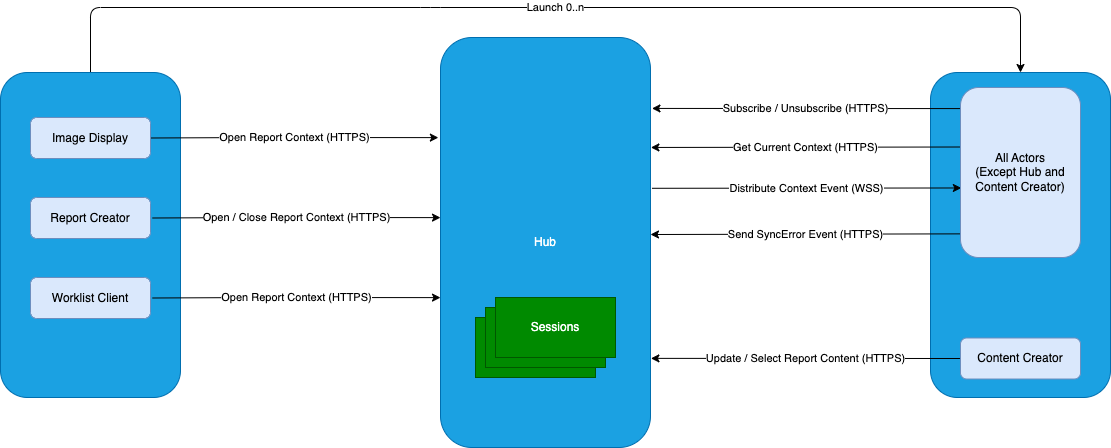
The draw.io diagram input/images/interaction_model.png in IHE/RAD.IRA, before a commit. Source tidied: cells renumbered, new cells last; positions are measured from the earlier drawing's top-left corner, leaving out a move shared by most shapes.
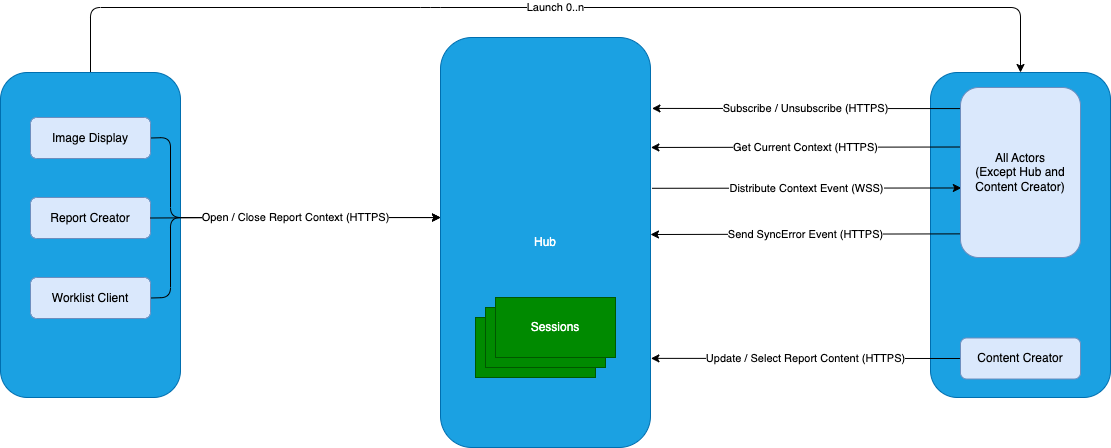
After the change.

Commit message:
Updated that all ID, RC and WC can close report context.

Change to the diagram source:
```diff
@@ -48,14 +48,6 @@
     <mxCell id="13" value="Content Creator" style="whiteSpace=wrap;html=1;rounded=1;fillColor=#dae8fc;strokeColor=#6c8ebf;" parent="1" vertex="1">
       <mxGeometry x="960" y="330.5" width="120" height="41" as="geometry" />
     </mxCell>
-    <mxCell id="14" value="Open Report Context (HTTPS)" style="edgeStyle=none;html=1;entryX=-0.005;entryY=0.171;entryDx=0;entryDy=0;startArrow=none;startFill=0;endArrow=classic;endFill=1;entryPerimeter=0;exitX=1;exitY=0.5;exitDx=0;exitDy=0;" parent="1" edge="1" source="17">
-      <mxGeometry relative="1" as="geometry">
-        <mxPoint x="437.9" y="130.1" as="targetPoint" />
-        <Array as="points">
-          <mxPoint x="258.9" y="130" />
-        </Array>
-      </mxGeometry>
-    </mxCell>
     <mxCell id="15" value="Get Current Context (HTTPS)" style="edgeStyle=none;html=1;entryX=0.007;entryY=0.35;entryDx=0;entryDy=0;startArrow=classic;startFill=1;endArrow=none;endFill=0;entryPerimeter=0;exitX=1.007;exitY=0.173;exitDx=0;exitDy=0;exitPerimeter=0;" parent="1" edge="1" target="20">
       <mxGeometry relative="1" as="geometry">
         <mxPoint x="650.4" y="140" as="sourcePoint" />
@@ -66,35 +58,43 @@
         <mxPoint x="650" y="227" as="sourcePoint" />
       </mxGeometry>
     </mxCell>
+    <mxCell id="23" style="edgeStyle=none;html=1;exitX=1;exitY=0.5;exitDx=0;exitDy=0;" parent="1" edge="1" source="17">
+      <mxGeometry relative="1" as="geometry">
+        <mxPoint x="440" y="210" as="targetPoint" />
+        <Array as="points">
+          <mxPoint x="170" y="130" />
+          <mxPoint x="170" y="210" />
+        </Array>
+      </mxGeometry>
+    </mxCell>
     <mxCell id="17" value="Image Display" style="whiteSpace=wrap;html=1;rounded=1;fillColor=#dae8fc;strokeColor=#6c8ebf;" parent="1" vertex="1">
       <mxGeometry x="30" y="110" width="120" height="41" as="geometry" />
     </mxCell>
     <mxCell id="18" value="Report Creator" style="whiteSpace=wrap;html=1;rounded=1;fillColor=#dae8fc;strokeColor=#6c8ebf;" parent="1" vertex="1">
       <mxGeometry x="30" y="190" width="120" height="41" as="geometry" />
     </mxCell>
+    <mxCell id="24" style="edgeStyle=none;html=1;exitX=1;exitY=0.5;exitDx=0;exitDy=0;" parent="1" edge="1" source="19">
+      <mxGeometry relative="1" as="geometry">
+        <mxPoint x="440" y="210" as="targetPoint" />
+        <Array as="points">
+          <mxPoint x="170" y="290" />
+          <mxPoint x="170" y="210" />
+        </Array>
+      </mxGeometry>
+    </mxCell>
     <mxCell id="19" value="Worklist Client" style="whiteSpace=wrap;html=1;rounded=1;fillColor=#dae8fc;strokeColor=#6c8ebf;" parent="1" vertex="1">
       <mxGeometry x="30" y="270" width="120" height="41" as="geometry" />
     </mxCell>
     <mxCell id="20" value="All Actors&lt;br&gt;(Except Hub and Content Creator)" style="whiteSpace=wrap;html=1;rounded=1;fillColor=#dae8fc;strokeColor=#6c8ebf;" parent="1" vertex="1">
       <mxGeometry x="960" y="80" width="120" height="170" as="geometry" />
     </mxCell>
-    <mxCell id="21" value="Open / Close Report Context (HTTPS)" style="edgeStyle=none;html=1;entryX=-0.005;entryY=0.171;entryDx=0;entryDy=0;startArrow=none;startFill=0;endArrow=classic;endFill=1;entryPerimeter=0;exitX=1;exitY=0.5;exitDx=0;exitDy=0;" parent="1" edge="1">
+    <mxCell id="21" value="Open / Close Report Context (HTTPS)" style="edgeStyle=none;html=1;entryX=-0.005;entryY=0.171;entryDx=0;entryDy=0;startArrow=none;startFill=0;endArrow=classic;endFill=1;entryPerimeter=0;exitX=1;exitY=0.5;exitDx=0;exitDy=0;" parent="1" edge="1" source="18">
       <mxGeometry relative="1" as="geometry">
-        <mxPoint x="152.1" y="210.5" as="sourcePoint" />
         <mxPoint x="440" y="210.1" as="targetPoint" />
         <Array as="points">
           <mxPoint x="261.1" y="210" />
         </Array>
       </mxGeometry>
     </mxCell>
-    <mxCell id="22" value="Open Report Context (HTTPS)" style="edgeStyle=none;html=1;entryX=-0.005;entryY=0.171;entryDx=0;entryDy=0;startArrow=none;startFill=0;endArrow=classic;endFill=1;entryPerimeter=0;exitX=1;exitY=0.5;exitDx=0;exitDy=0;" parent="1" edge="1">
-      <mxGeometry relative="1" as="geometry">
-        <mxPoint x="152.1" y="290.5" as="sourcePoint" />
-        <mxPoint x="440" y="290.1" as="targetPoint" />
-        <Array as="points">
-          <mxPoint x="261.1" y="290" />
-        </Array>
-      </mxGeometry>
-    </mxCell>
   </root>
 </mxGraphModel>
```
